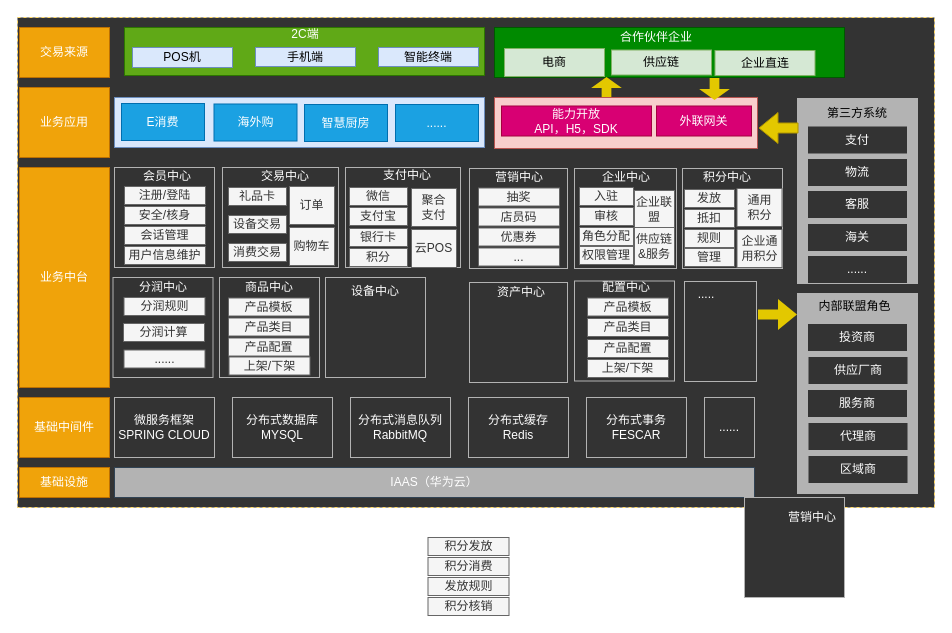
Before: page "business-c" (4 of 5) of cgc/cgc-framework.drawio in kinvensan/drawio, a draw.io diagram. Source tidied: cells renumbered, new cells numbered last; positions are measured from the earlier drawing's top-left corner, leaving out a move shared by most shapes. Both pictures are drawn from the tidied source at 100%, with x=0, y=0 at pixel (17, 17).
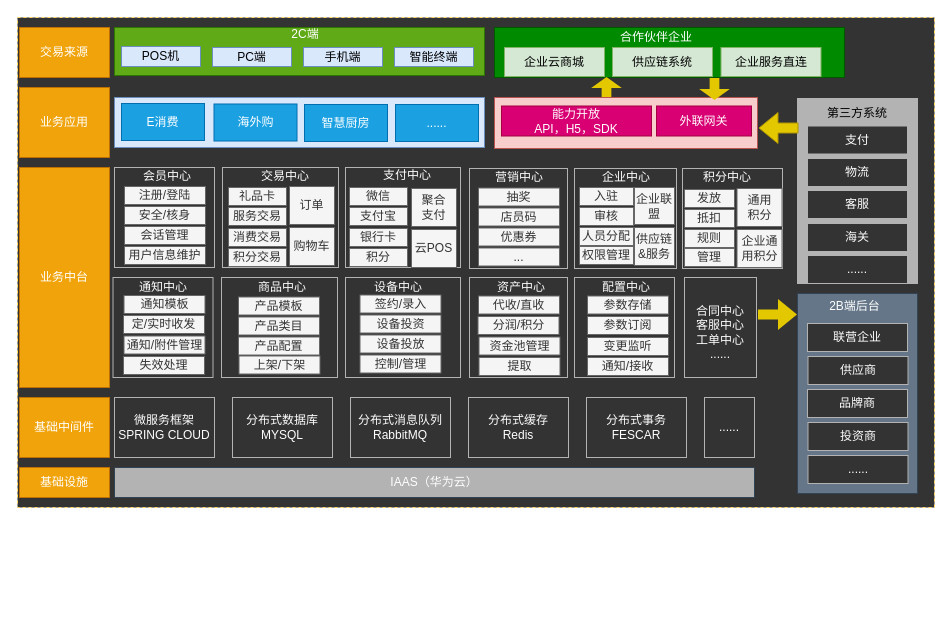
After the change.

The edit, as a diff of the source:
```diff
@@
-    <mxCell id="16" style="rounded=0;whiteSpace=wrap;html=1;strokeColor=#B3B3B3;fillColor=#B3B3B3;" parent="1" vertex="1">
+    <mxCell id="16" style="rounded=0;whiteSpace=wrap;html=1;strokeColor=#314354;fillColor=#647687;fontColor=#ffffff;" parent="1" vertex="1">
       <mxGeometry x="780" y="276" width="120" height="200" as="geometry" />
     </mxCell>
-    <mxCell id="17" value="内部联盟角色" style="text;html=1;strokeColor=none;fillColor=none;align=center;verticalAlign=middle;whiteSpace=wrap;rounded=0;direction=south;" parent="1" vertex="1">
+    <mxCell id="17" value="2B端后台" style="text;html=1;strokeColor=none;fillColor=none;align=center;verticalAlign=middle;whiteSpace=wrap;rounded=0;direction=south;fontColor=#FFFFFF;" parent="1" vertex="1">
       <mxGeometry x="795" y="284" width="85" height="10" as="geometry" />
     </mxCell>
@@
     <mxCell id="19" style="rounded=0;whiteSpace=wrap;html=1;fillColor=#60a917;strokeColor=#2D7600;fontColor=#ffffff;" parent="1" vertex="1">
-      <mxGeometry x="107" y="10" width="360" height="48" as="geometry" />
+      <mxGeometry x="97" y="10" width="370" height="48" as="geometry" />
     </mxCell>
     <mxCell id="20" value="手机端" style="rounded=0;whiteSpace=wrap;html=1;fillColor=#dae8fc;strokeColor=#6c8ebf;" parent="1" vertex="1">
-      <mxGeometry x="238" y="30" width="100" height="19" as="geometry" />
+      <mxGeometry x="286" y="30" width="79" height="19" as="geometry" />
     </mxCell>
     <mxCell id="21" value="智能终端" style="rounded=0;whiteSpace=wrap;html=1;fillColor=#dae8fc;strokeColor=#6c8ebf;" parent="1" vertex="1">
-      <mxGeometry x="361" y="30" width="100" height="19" as="geometry" />
+      <mxGeometry x="377" y="30" width="79" height="19" as="geometry" />
     </mxCell>
@@
-    <mxCell id="24" value="电商" style="rounded=0;whiteSpace=wrap;html=1;fillColor=#d5e8d4;strokeColor=#82b366;" parent="1" vertex="1">
-      <mxGeometry x="487" y="31" width="100" height="28" as="geometry" />
+    <mxCell id="24" value="企业云商城" style="rounded=0;whiteSpace=wrap;html=1;fillColor=#d5e8d4;strokeColor=#82b366;" parent="1" vertex="1">
+      <mxGeometry x="487" y="30" width="100" height="29" as="geometry" />
     </mxCell>
-    <mxCell id="25" value="供应链" style="rounded=0;whiteSpace=wrap;html=1;fillColor=#d5e8d4;strokeColor=#82b366;" parent="1" vertex="1">
-      <mxGeometry x="594" y="32.5" width="100" height="25" as="geometry" />
+    <mxCell id="25" value="供应链系统" style="rounded=0;whiteSpace=wrap;html=1;fillColor=#d5e8d4;strokeColor=#82b366;" parent="1" vertex="1">
+      <mxGeometry x="595" y="30" width="100" height="29" as="geometry" />
     </mxCell>
-    <mxCell id="26" value="投资商" style="rounded=0;whiteSpace=wrap;html=1;fillColor=#333333;strokeColor=#B3B3B3;fontColor=#ffffff;" parent="1" vertex="1">
+    <mxCell id="26" value="联营企业" style="rounded=0;whiteSpace=wrap;html=1;fillColor=#333333;strokeColor=#B3B3B3;fontColor=#ffffff;" parent="1" vertex="1">
       <mxGeometry x="790" y="306" width="100" height="28" as="geometry" />
     </mxCell>
-    <mxCell id="27" value="供应厂商" style="rounded=0;whiteSpace=wrap;html=1;fillColor=#333333;strokeColor=#B3B3B3;fontColor=#ffffff;" parent="1" vertex="1">
+    <mxCell id="27" value="供应商" style="rounded=0;whiteSpace=wrap;html=1;fillColor=#333333;strokeColor=#B3B3B3;fontColor=#ffffff;" parent="1" vertex="1">
       <mxGeometry x="790.5" y="339" width="100" height="28" as="geometry" />
     </mxCell>
@@
-    <mxCell id="38" value="企业直连" style="rounded=0;whiteSpace=wrap;html=1;fillColor=#d5e8d4;strokeColor=#82b366;" parent="1" vertex="1">
-      <mxGeometry x="697.5" y="33" width="100" height="25" as="geometry" />
+    <mxCell id="38" value="企业服务直连" style="rounded=0;whiteSpace=wrap;html=1;fillColor=#d5e8d4;strokeColor=#82b366;" parent="1" vertex="1">
+      <mxGeometry x="703.5" y="30" width="100" height="29" as="geometry" />
     </mxCell>
@@
     <mxCell id="41" value="POS机" style="rounded=0;whiteSpace=wrap;html=1;fillColor=#dae8fc;strokeColor=#6c8ebf;" parent="1" vertex="1">
-      <mxGeometry x="115" y="30" width="100" height="20" as="geometry" />
+      <mxGeometry x="104" y="29" width="79" height="20" as="geometry" />
     </mxCell>
@@
-    <mxCell id="53" style="rounded=0;whiteSpace=wrap;html=1;fillColor=#333333;strokeColor=#B3B3B3;fontColor=#ffffff;" parent="1" vertex="1">
-      <mxGeometry x="727" y="480" width="100" height="100" as="geometry" />
-    </mxCell>
-    <mxCell id="54" value="营销中心" style="text;html=1;strokeColor=none;fillColor=none;align=center;verticalAlign=middle;whiteSpace=wrap;rounded=0;fontColor=#FFFFFF;" parent="1" vertex="1">
-      <mxGeometry x="765" y="490" width="60" height="20" as="geometry" />
-    </mxCell>
@@
-    <mxCell id="56" value="分润中心" style="text;html=1;strokeColor=none;fillColor=none;align=center;verticalAlign=middle;whiteSpace=wrap;rounded=0;fontColor=#FFFFFF;" parent="1" vertex="1">
+    <mxCell id="56" value="通知中心" style="text;html=1;strokeColor=none;fillColor=none;align=center;verticalAlign=middle;whiteSpace=wrap;rounded=0;fontColor=#FFFFFF;" parent="1" vertex="1">
       <mxGeometry x="115.5" y="260" width="60" height="20" as="geometry" />
     </mxCell>
     <mxCell id="57" style="rounded=0;whiteSpace=wrap;html=1;fillColor=#333333;strokeColor=#B3B3B3;fontColor=#ffffff;" parent="1" vertex="1">
-      <mxGeometry x="202" y="260" width="100" height="100" as="geometry" />
+      <mxGeometry x="204" y="260" width="116" height="100" as="geometry" />
     </mxCell>
     <mxCell id="58" value="商品中心" style="text;html=1;strokeColor=none;fillColor=none;align=center;verticalAlign=middle;whiteSpace=wrap;rounded=0;fontColor=#FFFFFF;" parent="1" vertex="1">
-      <mxGeometry x="222" y="260" width="60" height="20" as="geometry" />
+      <mxGeometry x="235" y="260" width="60" height="20" as="geometry" />
     </mxCell>
     <mxCell id="59" style="rounded=0;whiteSpace=wrap;html=1;fillColor=#333333;strokeColor=#B3B3B3;fontColor=#ffffff;" parent="1" vertex="1">
-      <mxGeometry x="308" y="260" width="100" height="100" as="geometry" />
+      <mxGeometry x="328" y="260" width="115" height="100" as="geometry" />
     </mxCell>
     <mxCell id="60" value="设备中心" style="text;html=1;strokeColor=none;fillColor=none;align=center;verticalAlign=middle;whiteSpace=wrap;rounded=0;fontColor=#FFFFFF;" parent="1" vertex="1">
-      <mxGeometry x="328" y="264" width="60" height="20" as="geometry" />
+      <mxGeometry x="350.5" y="260" width="60" height="20" as="geometry" />
     </mxCell>
     <mxCell id="61" style="rounded=0;whiteSpace=wrap;html=1;fillColor=#333333;strokeColor=#B3B3B3;fontColor=#ffffff;" parent="1" vertex="1">
-      <mxGeometry x="452" y="265" width="98" height="100" as="geometry" />
+      <mxGeometry x="452" y="260" width="98" height="100" as="geometry" />
     </mxCell>
     <mxCell id="62" value="资产中心" style="text;html=1;strokeColor=none;fillColor=none;align=center;verticalAlign=middle;whiteSpace=wrap;rounded=0;fontColor=#FFFFFF;" parent="1" vertex="1">
-      <mxGeometry x="474" y="265" width="60" height="20" as="geometry" />
+      <mxGeometry x="474" y="260" width="60" height="20" as="geometry" />
     </mxCell>
     <mxCell id="63" style="rounded=0;whiteSpace=wrap;html=1;fillColor=#333333;strokeColor=#B3B3B3;fontColor=#ffffff;" parent="1" vertex="1">
-      <mxGeometry x="557" y="263.5" width="100" height="100" as="geometry" />
+      <mxGeometry x="557" y="260" width="100" height="100" as="geometry" />
     </mxCell>
@@
     <mxCell id="65" style="rounded=0;whiteSpace=wrap;html=1;fillColor=#333333;strokeColor=#B3B3B3;fontColor=#ffffff;" parent="1" vertex="1">
-      <mxGeometry x="667" y="264" width="72" height="100" as="geometry" />
+      <mxGeometry x="667" y="260" width="72" height="100" as="geometry" />
     </mxCell>
-    <mxCell id="66" value="....." style="text;html=1;strokeColor=none;fillColor=none;align=center;verticalAlign=middle;whiteSpace=wrap;rounded=0;fontColor=#FFFFFF;" parent="1" vertex="1">
-      <mxGeometry x="659" y="267" width="60" height="20" as="geometry" />
-    </mxCell>
-    <mxCell id="67" value="服务商" style="rounded=0;whiteSpace=wrap;html=1;fillColor=#333333;strokeColor=#B3B3B3;fontColor=#ffffff;" parent="1" vertex="1">
+    <mxCell id="67" value="品牌商" style="rounded=0;whiteSpace=wrap;html=1;fillColor=#333333;strokeColor=#B3B3B3;fontColor=#ffffff;" parent="1" vertex="1">
       <mxGeometry x="790" y="372" width="100" height="28" as="geometry" />
     </mxCell>
-    <mxCell id="68" value="代理商" style="rounded=0;whiteSpace=wrap;html=1;fillColor=#333333;strokeColor=#B3B3B3;fontColor=#ffffff;" parent="1" vertex="1">
+    <mxCell id="68" value="投资商" style="rounded=0;whiteSpace=wrap;html=1;fillColor=#333333;strokeColor=#B3B3B3;fontColor=#ffffff;" parent="1" vertex="1">
       <mxGeometry x="790.5" y="405" width="100" height="28" as="geometry" />
     </mxCell>
-    <mxCell id="69" value="区域商" style="rounded=0;whiteSpace=wrap;html=1;fillColor=#333333;strokeColor=#B3B3B3;fontColor=#ffffff;" parent="1" vertex="1">
+    <mxCell id="69" value="......" style="rounded=0;whiteSpace=wrap;html=1;fillColor=#333333;strokeColor=#B3B3B3;fontColor=#ffffff;" parent="1" vertex="1">
       <mxGeometry x="790.5" y="438" width="100" height="28" as="geometry" />
     </mxCell>
@@
-    <mxCell id="81" value="设备交易" style="rounded=0;whiteSpace=wrap;html=1;strokeColor=#666666;fillColor=#f5f5f5;fontColor=#333333;" parent="1" vertex="1">
-      <mxGeometry x="211" y="198" width="58" height="18" as="geometry" />
+    <mxCell id="81" value="服务交易" style="rounded=0;whiteSpace=wrap;html=1;strokeColor=#666666;fillColor=#f5f5f5;fontColor=#333333;" parent="1" vertex="1">
+      <mxGeometry x="211" y="190" width="58" height="18" as="geometry" />
     </mxCell>
     <mxCell id="82" value="消费交易" style="rounded=0;whiteSpace=wrap;html=1;strokeColor=#666666;fillColor=#f5f5f5;fontColor=#333333;" parent="1" vertex="1">
-      <mxGeometry x="211" y="226" width="58" height="18" as="geometry" />
+      <mxGeometry x="211" y="211" width="58" height="18" as="geometry" />
     </mxCell>
@@
     <mxCell id="94" value="企业联盟" style="rounded=0;whiteSpace=wrap;html=1;strokeColor=#666666;fillColor=#f5f5f5;fontColor=#333333;flipV=1;" parent="1" vertex="1">
-      <mxGeometry x="617" y="173" width="40" height="37" as="geometry" />
+      <mxGeometry x="617" y="170" width="40" height="37" as="geometry" />
     </mxCell>
     <mxCell id="95" value="产品模板" style="rounded=0;whiteSpace=wrap;html=1;strokeColor=#666666;fillColor=#f5f5f5;fontColor=#333333;flipV=1;" parent="1" vertex="1">
-      <mxGeometry x="211" y="280.5" width="81" height="18" as="geometry" />
+      <mxGeometry x="221" y="279.5" width="81" height="18" as="geometry" />
     </mxCell>
     <mxCell id="96" value="产品类目" style="rounded=0;whiteSpace=wrap;html=1;strokeColor=#666666;fillColor=#f5f5f5;fontColor=#333333;flipV=1;" parent="1" vertex="1">
-      <mxGeometry x="211" y="300.5" width="81" height="18" as="geometry" />
+      <mxGeometry x="221" y="299.5" width="81" height="18" as="geometry" />
     </mxCell>
     <mxCell id="97" value="产品配置" style="rounded=0;whiteSpace=wrap;html=1;strokeColor=#666666;fillColor=#f5f5f5;fontColor=#333333;flipV=1;" parent="1" vertex="1">
-      <mxGeometry x="211" y="320.5" width="81" height="18" as="geometry" />
+      <mxGeometry x="221" y="319.5" width="81" height="18" as="geometry" />
     </mxCell>
     <mxCell id="98" value="上架/下架" style="rounded=0;whiteSpace=wrap;html=1;strokeColor=#666666;fillColor=#f5f5f5;fontColor=#333333;flipV=1;" parent="1" vertex="1">
-      <mxGeometry x="211.5" y="339.5" width="81" height="18" as="geometry" />
+      <mxGeometry x="221.5" y="338.5" width="81" height="18" as="geometry" />
     </mxCell>
@@
-    <mxCell id="101" value="积分发放" style="rounded=0;whiteSpace=wrap;html=1;strokeColor=#666666;fillColor=#f5f5f5;fontColor=#333333;flipV=1;" parent="1" vertex="1">
-      <mxGeometry x="410.5" y="520" width="81" height="18" as="geometry" />
+    <mxCell id="101" value="签约/录入" style="rounded=0;whiteSpace=wrap;html=1;strokeColor=#666666;fillColor=#f5f5f5;fontColor=#333333;flipV=1;" parent="1" vertex="1">
+      <mxGeometry x="342.5" y="277.5" width="81" height="18" as="geometry" />
     </mxCell>
-    <mxCell id="102" value="积分消费" style="rounded=0;whiteSpace=wrap;html=1;strokeColor=#666666;fillColor=#f5f5f5;fontColor=#333333;flipV=1;" parent="1" vertex="1">
-      <mxGeometry x="410.5" y="540" width="81" height="18" as="geometry" />
+    <mxCell id="102" value="设备投资" style="rounded=0;whiteSpace=wrap;html=1;strokeColor=#666666;fillColor=#f5f5f5;fontColor=#333333;flipV=1;" parent="1" vertex="1">
+      <mxGeometry x="342.5" y="297.5" width="81" height="18" as="geometry" />
     </mxCell>
-    <mxCell id="103" value="发放规则" style="rounded=0;whiteSpace=wrap;html=1;strokeColor=#666666;fillColor=#f5f5f5;fontColor=#333333;flipV=1;" parent="1" vertex="1">
-      <mxGeometry x="410.5" y="560" width="81" height="18" as="geometry" />
+    <mxCell id="103" value="设备投放" style="rounded=0;whiteSpace=wrap;html=1;strokeColor=#666666;fillColor=#f5f5f5;fontColor=#333333;flipV=1;" parent="1" vertex="1">
+      <mxGeometry x="342.5" y="317.5" width="81" height="18" as="geometry" />
     </mxCell>
-    <mxCell id="104" value="积分核销" style="rounded=0;whiteSpace=wrap;html=1;strokeColor=#666666;fillColor=#f5f5f5;fontColor=#333333;flipV=1;" parent="1" vertex="1">
-      <mxGeometry x="410.5" y="580" width="81" height="18" as="geometry" />
+    <mxCell id="104" value="控制/管理" style="rounded=0;whiteSpace=wrap;html=1;strokeColor=#666666;fillColor=#f5f5f5;fontColor=#333333;flipV=1;" parent="1" vertex="1">
+      <mxGeometry x="342.5" y="337.5" width="81" height="18" as="geometry" />
     </mxCell>
@@
-    <mxCell id="114" value="角色分配" style="rounded=0;whiteSpace=wrap;html=1;strokeColor=#666666;fillColor=#f5f5f5;fontColor=#333333;" parent="1" vertex="1">
+    <mxCell id="114" value="人员分配" style="rounded=0;whiteSpace=wrap;html=1;strokeColor=#666666;fillColor=#f5f5f5;fontColor=#333333;" parent="1" vertex="1">
       <mxGeometry x="562" y="210" width="54" height="18" as="geometry" />
     </mxCell>
@@
-    <mxCell id="116" value="分润规则" style="rounded=0;whiteSpace=wrap;html=1;strokeColor=#666666;fillColor=#f5f5f5;fontColor=#333333;flipV=1;" parent="1" vertex="1">
-      <mxGeometry x="106.5" y="280" width="81" height="18" as="geometry" />
+    <mxCell id="116" value="通知模板" style="rounded=0;whiteSpace=wrap;html=1;strokeColor=#666666;fillColor=#f5f5f5;fontColor=#333333;flipV=1;" parent="1" vertex="1">
+      <mxGeometry x="106.5" y="278" width="81" height="18" as="geometry" />
     </mxCell>
-    <mxCell id="117" value="分润计算" style="rounded=0;whiteSpace=wrap;html=1;strokeColor=#666666;fillColor=#f5f5f5;fontColor=#333333;flipV=1;" parent="1" vertex="1">
-      <mxGeometry x="106" y="306" width="81" height="18" as="geometry" />
+    <mxCell id="117" value="定/实时收发" style="rounded=0;whiteSpace=wrap;html=1;strokeColor=#666666;fillColor=#f5f5f5;fontColor=#333333;flipV=1;" parent="1" vertex="1">
+      <mxGeometry x="106" y="298" width="81" height="18" as="geometry" />
     </mxCell>
-    <mxCell id="118" value="......" style="rounded=0;whiteSpace=wrap;html=1;strokeColor=#666666;fillColor=#f5f5f5;fontColor=#333333;flipV=1;" parent="1" vertex="1">
-      <mxGeometry x="106.5" y="332.5" width="81" height="18" as="geometry" />
+    <mxCell id="118" value="通知/附件管理" style="rounded=0;whiteSpace=wrap;html=1;strokeColor=#666666;fillColor=#f5f5f5;fontColor=#333333;flipV=1;" parent="1" vertex="1">
+      <mxGeometry x="106.5" y="318.5" width="81" height="18" as="geometry" />
     </mxCell>
-    <mxCell id="119" value="产品模板" style="rounded=0;whiteSpace=wrap;html=1;strokeColor=#666666;fillColor=#f5f5f5;fontColor=#333333;flipV=1;" parent="1" vertex="1">
-      <mxGeometry x="570" y="280.5" width="81" height="18" as="geometry" />
+    <mxCell id="119" value="参数存储" style="rounded=0;whiteSpace=wrap;html=1;strokeColor=#666666;fillColor=#f5f5f5;fontColor=#333333;flipV=1;" parent="1" vertex="1">
+      <mxGeometry x="570" y="278.5" width="81" height="18" as="geometry" />
     </mxCell>
-    <mxCell id="120" value="产品类目" style="rounded=0;whiteSpace=wrap;html=1;strokeColor=#666666;fillColor=#f5f5f5;fontColor=#333333;flipV=1;" parent="1" vertex="1">
-      <mxGeometry x="570" y="301" width="81" height="18" as="geometry" />
+    <mxCell id="120" value="参数订阅" style="rounded=0;whiteSpace=wrap;html=1;strokeColor=#666666;fillColor=#f5f5f5;fontColor=#333333;flipV=1;" parent="1" vertex="1">
+      <mxGeometry x="570" y="299" width="81" height="18" as="geometry" />
     </mxCell>
-    <mxCell id="121" value="产品配置" style="rounded=0;whiteSpace=wrap;html=1;strokeColor=#666666;fillColor=#f5f5f5;fontColor=#333333;flipV=1;" parent="1" vertex="1">
-      <mxGeometry x="570" y="322" width="81" height="18" as="geometry" />
+    <mxCell id="121" value="变更监听" style="rounded=0;whiteSpace=wrap;html=1;strokeColor=#666666;fillColor=#f5f5f5;fontColor=#333333;flipV=1;" parent="1" vertex="1">
+      <mxGeometry x="570" y="320" width="81" height="18" as="geometry" />
     </mxCell>
-    <mxCell id="122" value="上架/下架" style="rounded=0;whiteSpace=wrap;html=1;strokeColor=#666666;fillColor=#f5f5f5;fontColor=#333333;flipV=1;" parent="1" vertex="1">
-      <mxGeometry x="570" y="342" width="81" height="18" as="geometry" />
+    <mxCell id="122" value="通知/接收" style="rounded=0;whiteSpace=wrap;html=1;strokeColor=#666666;fillColor=#f5f5f5;fontColor=#333333;flipV=1;" parent="1" vertex="1">
+      <mxGeometry x="570" y="340" width="81" height="18" as="geometry" />
     </mxCell>
+    <mxCell id="123" value="代收/直收" style="rounded=0;whiteSpace=wrap;html=1;strokeColor=#666666;fillColor=#f5f5f5;fontColor=#333333;flipV=1;" parent="1" vertex="1">
+      <mxGeometry x="461" y="278.5" width="81" height="18" as="geometry" />
+    </mxCell>
+    <mxCell id="124" value="分润/积分" style="rounded=0;whiteSpace=wrap;html=1;strokeColor=#666666;fillColor=#f5f5f5;fontColor=#333333;flipV=1;" parent="1" vertex="1">
+      <mxGeometry x="460.5" y="299" width="81" height="18" as="geometry" />
+    </mxCell>
+    <mxCell id="125" value="资金池管理" style="rounded=0;whiteSpace=wrap;html=1;strokeColor=#666666;fillColor=#f5f5f5;fontColor=#333333;flipV=1;" parent="1" vertex="1">
+      <mxGeometry x="461.5" y="319.5" width="81" height="18" as="geometry" />
+    </mxCell>
+    <mxCell id="126" value="提取" style="rounded=0;whiteSpace=wrap;html=1;strokeColor=#666666;fillColor=#f5f5f5;fontColor=#333333;flipV=1;" parent="1" vertex="1">
+      <mxGeometry x="461.5" y="340" width="81" height="18" as="geometry" />
+    </mxCell>
+    <mxCell id="127" value="积分交易" style="rounded=0;whiteSpace=wrap;html=1;strokeColor=#666666;fillColor=#f5f5f5;fontColor=#333333;" parent="1" vertex="1">
+      <mxGeometry x="211" y="231" width="58" height="18" as="geometry" />
+    </mxCell>
+    <mxCell id="128" value="PC端" style="rounded=0;whiteSpace=wrap;html=1;fillColor=#dae8fc;strokeColor=#6c8ebf;" parent="1" vertex="1">
+      <mxGeometry x="195" y="30" width="79" height="19" as="geometry" />
+    </mxCell>
+    <mxCell id="129" value="失效处理" style="rounded=0;whiteSpace=wrap;html=1;strokeColor=#666666;fillColor=#f5f5f5;fontColor=#333333;flipV=1;" parent="1" vertex="1">
+      <mxGeometry x="106" y="339" width="81" height="18" as="geometry" />
+    </mxCell>
+    <mxCell id="130" value="合同中心&lt;br&gt;客服中心&lt;br&gt;工单中心&lt;br&gt;......" style="text;html=1;strokeColor=none;fillColor=none;align=center;verticalAlign=middle;whiteSpace=wrap;rounded=0;fontColor=#FFFFFF;" parent="1" vertex="1">
+      <mxGeometry x="673" y="279" width="60" height="71" as="geometry" />
+    </mxCell>
```
